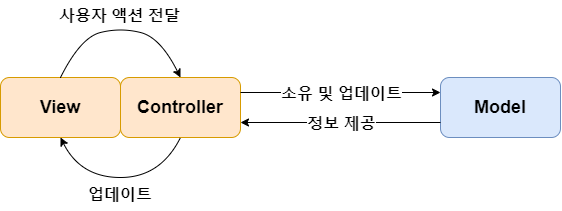
Earlier version of the draw.io export Document/Images/mvc.png (ehddnr3473/WeatherApplication). Source tidied: cells renumbered, new cells last; positions are measured from the earlier drawing's top-left corner, leaving out a move shared by most shapes. The source it was exported from:
```xml
<mxGraphModel>
  <root>
    <mxCell id="0" />
    <mxCell id="1" parent="0" />
    <mxCell id="2" value="&lt;b&gt;&lt;font style=&quot;font-size: 18px;&quot;&gt;View&lt;/font&gt;&lt;/b&gt;" style="rounded=1;whiteSpace=wrap;html=1;fillColor=#ffe6cc;strokeColor=#d79b00;" parent="1" vertex="1">
      <mxGeometry y="77" width="120" height="60" as="geometry" />
    </mxCell>
    <mxCell id="3" value="&lt;b&gt;&lt;font style=&quot;font-size: 18px;&quot;&gt;Controller&lt;/font&gt;&lt;/b&gt;" style="rounded=1;whiteSpace=wrap;html=1;fillColor=#ffe6cc;strokeColor=#d79b00;" parent="1" vertex="1">
      <mxGeometry x="120" y="77" width="120" height="60" as="geometry" />
    </mxCell>
    <mxCell id="4" value="&lt;b&gt;&lt;font style=&quot;font-size: 18px;&quot;&gt;Model&lt;/font&gt;&lt;/b&gt;" style="rounded=1;whiteSpace=wrap;html=1;fillColor=#dae8fc;strokeColor=#6c8ebf;" parent="1" vertex="1">
      <mxGeometry x="440" y="77" width="120" height="60" as="geometry" />
    </mxCell>
    <mxCell id="5" style="curved=1;endArrow=classic;html=1;rounded=0;entryX=0.5;entryY=0;entryDx=0;entryDy=0;exitX=0.5;exitY=0;exitDx=0;exitDy=0;" parent="1" edge="1" source="2" target="3">
      <mxGeometry x="0.41" y="92" relative="1" as="geometry">
        <Array as="points">
          <mxPoint x="80" y="37" />
          <mxPoint x="120" y="27" />
          <mxPoint x="160" y="37" />
        </Array>
        <mxPoint x="-59" y="22" as="offset" />
      </mxGeometry>
    </mxCell>
    <mxCell id="6" style="endArrow=classic;html=1;exitX=0.5;exitY=1;exitDx=0;exitDy=0;curved=1;entryX=0.5;entryY=1;entryDx=0;entryDy=0;" parent="1" edge="1" source="3" target="2">
      <mxGeometry relative="1" as="geometry">
        <Array as="points">
          <mxPoint x="160" y="177" />
          <mxPoint x="80" y="177" />
        </Array>
      </mxGeometry>
    </mxCell>
    <mxCell id="7" value="&lt;b&gt;&lt;font style=&quot;font-size: 16px;&quot;&gt;사용자 액션 전달&lt;/font&gt;&lt;/b&gt;" style="text;html=1;strokeColor=none;fillColor=none;align=center;verticalAlign=middle;whiteSpace=wrap;rounded=0;" parent="1" vertex="1">
      <mxGeometry x="57.5" width="125" height="30" as="geometry" />
    </mxCell>
    <mxCell id="8" value="&lt;b&gt;&lt;font style=&quot;font-size: 16px;&quot;&gt;업데이트&lt;/font&gt;&lt;/b&gt;" style="text;html=1;strokeColor=none;fillColor=none;align=center;verticalAlign=middle;whiteSpace=wrap;rounded=0;" parent="1" vertex="1">
      <mxGeometry x="75" y="179" width="90" height="30" as="geometry" />
    </mxCell>
    <mxCell id="9" style="endArrow=classic;html=1;curved=1;entryX=0;entryY=0.25;entryDx=0;entryDy=0;exitX=1;exitY=0.25;exitDx=0;exitDy=0;" parent="1" edge="1" source="3" target="4">
      <mxGeometry relative="1" as="geometry" />
    </mxCell>
    <mxCell id="10" value="소유 및 업데이트" style="edgeLabel;html=1;align=center;verticalAlign=middle;fontStyle=1;fontSize=16;" parent="9" vertex="1">
      <mxGeometry relative="1" as="geometry" />
    </mxCell>
    <mxCell id="11" style="endArrow=classic;html=1;curved=1;entryX=1;entryY=0.75;entryDx=0;entryDy=0;exitX=0;exitY=0.75;exitDx=0;exitDy=0;" parent="1" edge="1" source="4" target="3">
      <mxGeometry relative="1" as="geometry" />
    </mxCell>
    <mxCell id="12" value="정보 제공" style="edgeLabel;html=1;align=center;verticalAlign=middle;fontStyle=1;fontSize=16;" parent="11" vertex="1">
      <mxGeometry relative="1" as="geometry" />
    </mxCell>
  </root>
</mxGraphModel>
```
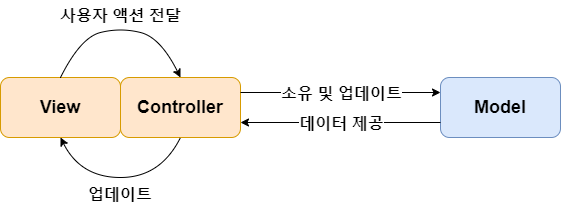
After the change.

Commit message:
mvc 이미지 수정

Change to the diagram source:
```diff
@@ -44,7 +44,7 @@
     <mxCell id="11" style="endArrow=classic;html=1;curved=1;entryX=1;entryY=0.75;entryDx=0;entryDy=0;exitX=0;exitY=0.75;exitDx=0;exitDy=0;" parent="1" edge="1" source="4" target="3">
       <mxGeometry relative="1" as="geometry" />
     </mxCell>
-    <mxCell id="12" value="정보 제공" style="edgeLabel;html=1;align=center;verticalAlign=middle;fontStyle=1;fontSize=16;" parent="11" vertex="1">
+    <mxCell id="12" value="데이터 제공" style="edgeLabel;html=1;align=center;verticalAlign=middle;fontStyle=1;fontSize=16;" parent="11" vertex="1">
       <mxGeometry relative="1" as="geometry" />
     </mxCell>
   </root>
```
